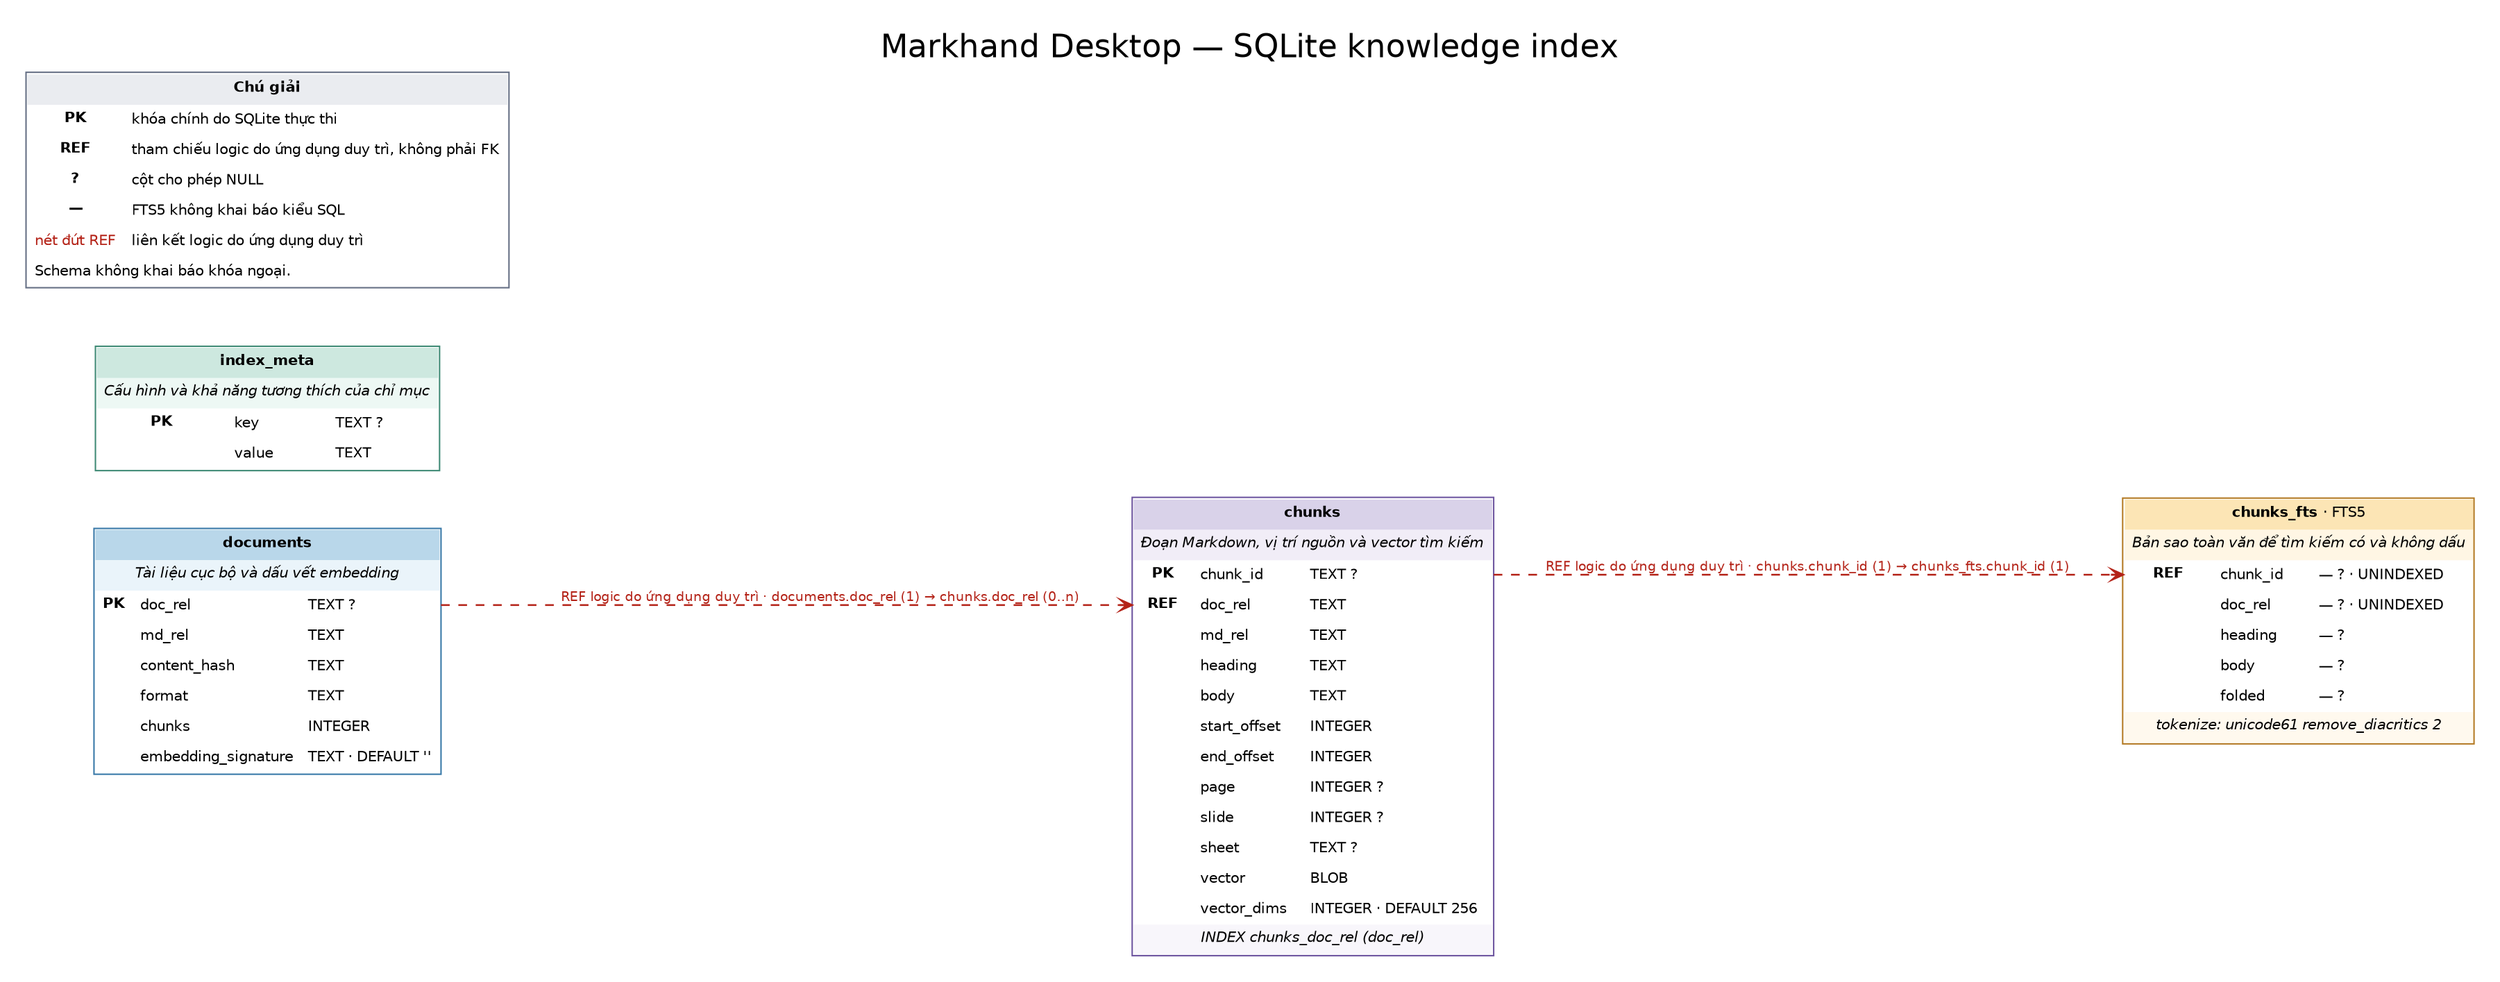
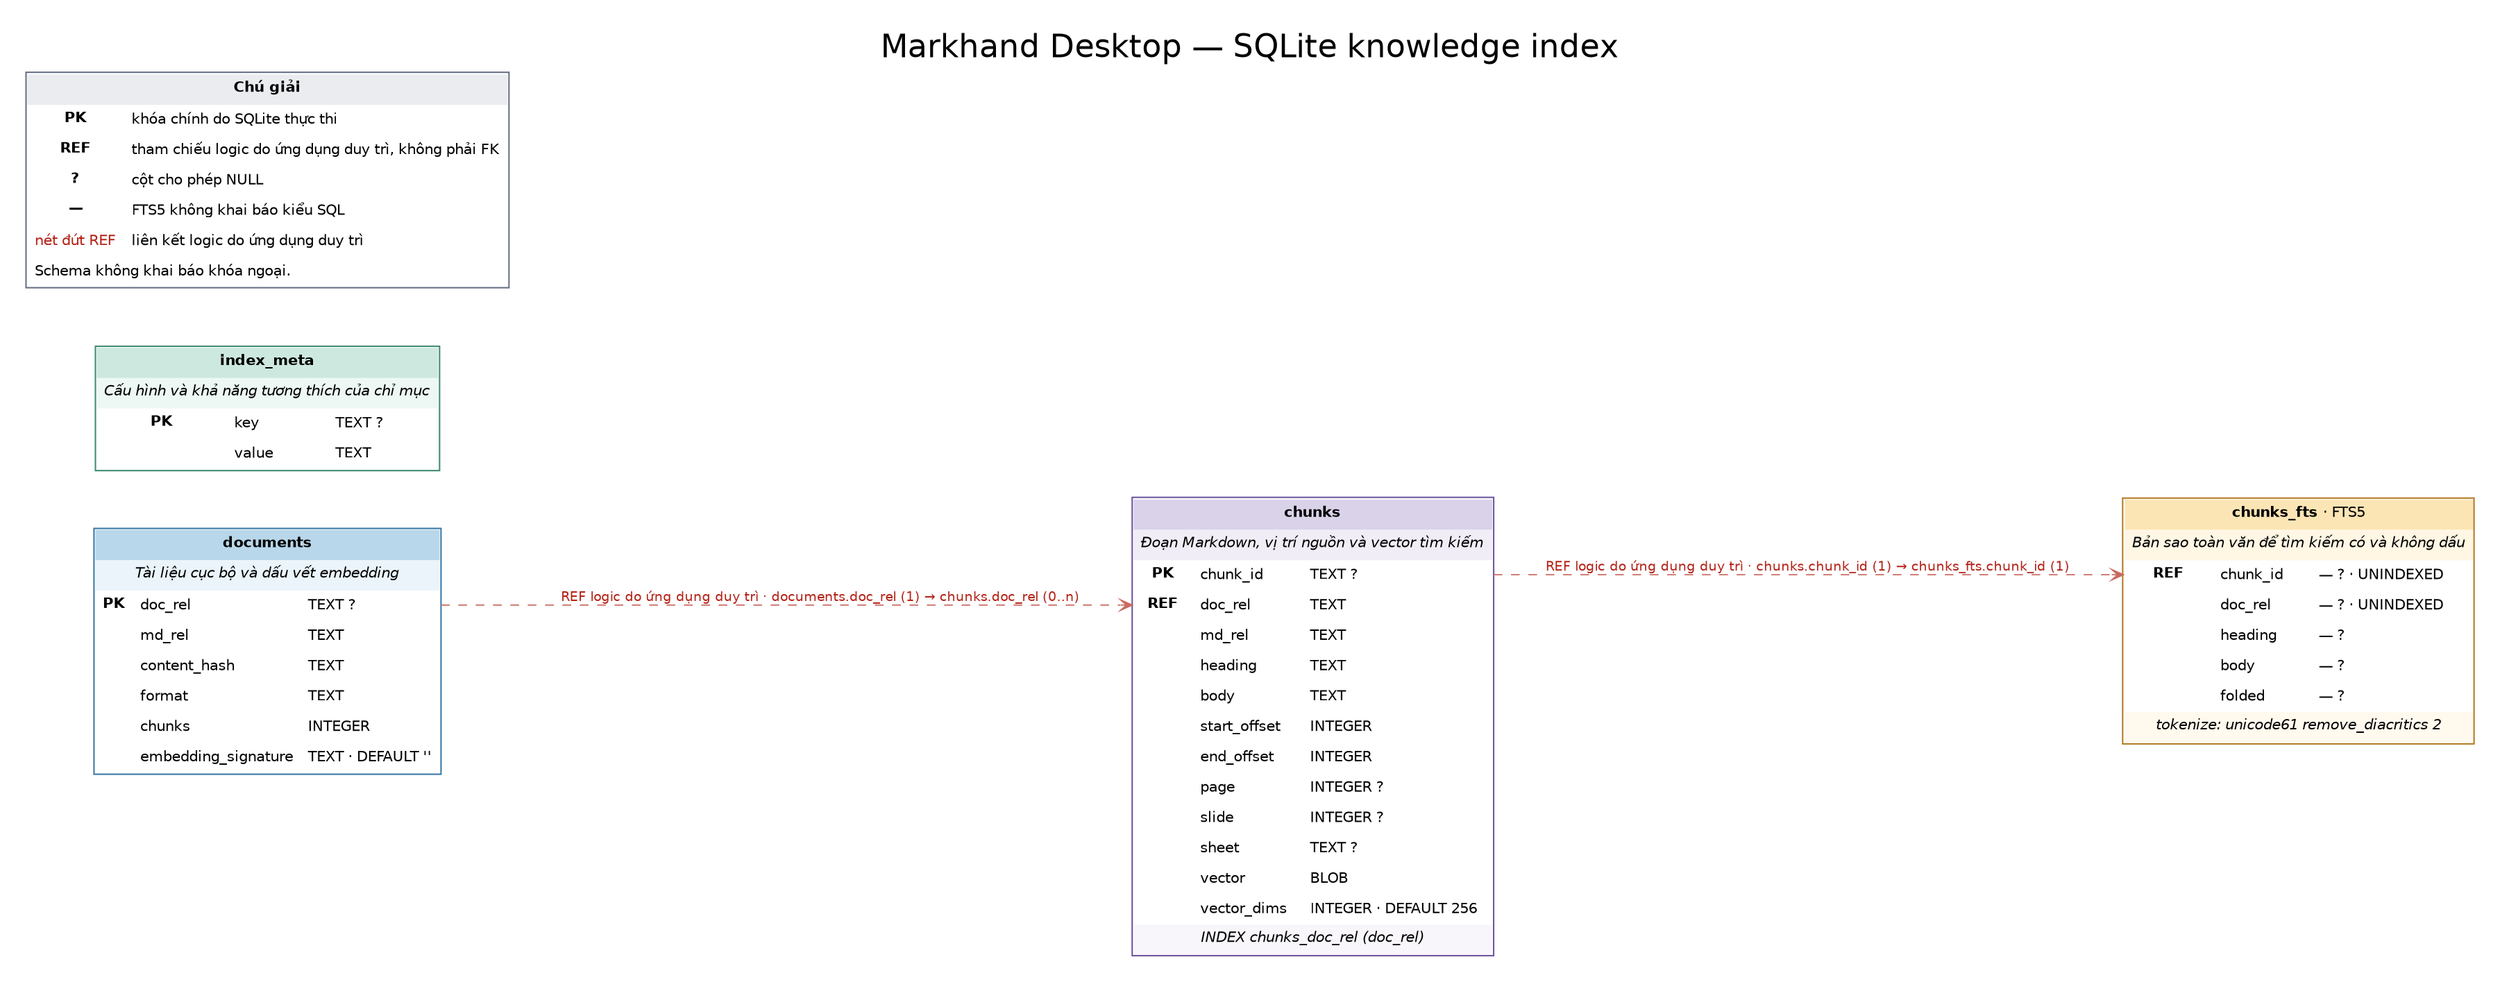
digraph markhand_desktop_sqlite {
  graph [
    label="Markhand Desktop — SQLite knowledge index",
    labelloc=t,
    fontsize=22,
    fontname="DejaVu Sans",
    bgcolor="white",
    rankdir=LR,
    splines=polyline,
    nodesep=0.55,
    ranksep=1.00,
    pad=0.25,
    charset="UTF-8"
  ];
  node [shape=plain, fontname="DejaVu Sans", fontsize=10];
  edge [
    color="#667085",
    penwidth=1.2,
    arrowsize=0.8,
    dir=both,
    fontname="DejaVu Sans",
    fontsize=9
  ];

  documents [label=<
    <TABLE BORDER="1" CELLBORDER="0" CELLSPACING="0" CELLPADDING="5" COLOR="#3979A8">
      <TR><TD BGCOLOR="#B9D7EA" COLSPAN="3"><B>documents</B></TD></TR>
      <TR><TD BGCOLOR="#EAF4FA" COLSPAN="3"><I>Tài liệu cục bộ và dấu vết embedding</I></TD></TR>
      <TR><TD><B>PK</B></TD><TD ALIGN="LEFT">doc_rel</TD><TD PORT="doc_rel" ALIGN="LEFT">TEXT ?</TD></TR>
      <TR><TD></TD><TD ALIGN="LEFT">md_rel</TD><TD ALIGN="LEFT">TEXT</TD></TR>
      <TR><TD></TD><TD ALIGN="LEFT">content_hash</TD><TD ALIGN="LEFT">TEXT</TD></TR>
      <TR><TD></TD><TD ALIGN="LEFT">format</TD><TD ALIGN="LEFT">TEXT</TD></TR>
      <TR><TD></TD><TD ALIGN="LEFT">chunks</TD><TD ALIGN="LEFT">INTEGER</TD></TR>
      <TR><TD></TD><TD ALIGN="LEFT">embedding_signature</TD><TD ALIGN="LEFT">TEXT · DEFAULT ''</TD></TR>
    </TABLE>
  >];

  chunks [label=<
    <TABLE BORDER="1" CELLBORDER="0" CELLSPACING="0" CELLPADDING="5" COLOR="#6E56A0">
      <TR><TD BGCOLOR="#D9D2E9" COLSPAN="3"><B>chunks</B></TD></TR>
      <TR><TD BGCOLOR="#F1EDF7" COLSPAN="3"><I>Đoạn Markdown, vị trí nguồn và vector tìm kiếm</I></TD></TR>
      <TR><TD><B>PK</B></TD><TD ALIGN="LEFT">chunk_id</TD><TD PORT="chunk_id" ALIGN="LEFT">TEXT ?</TD></TR>
      <TR><TD PORT="doc_rel"><B>REF</B></TD><TD ALIGN="LEFT">doc_rel</TD><TD ALIGN="LEFT">TEXT</TD></TR>
      <TR><TD></TD><TD ALIGN="LEFT">md_rel</TD><TD ALIGN="LEFT">TEXT</TD></TR>
      <TR><TD></TD><TD ALIGN="LEFT">heading</TD><TD ALIGN="LEFT">TEXT</TD></TR>
      <TR><TD></TD><TD ALIGN="LEFT">body</TD><TD ALIGN="LEFT">TEXT</TD></TR>
      <TR><TD></TD><TD ALIGN="LEFT">start_offset</TD><TD ALIGN="LEFT">INTEGER</TD></TR>
      <TR><TD></TD><TD ALIGN="LEFT">end_offset</TD><TD ALIGN="LEFT">INTEGER</TD></TR>
      <TR><TD></TD><TD ALIGN="LEFT">page</TD><TD ALIGN="LEFT">INTEGER ?</TD></TR>
      <TR><TD></TD><TD ALIGN="LEFT">slide</TD><TD ALIGN="LEFT">INTEGER ?</TD></TR>
      <TR><TD></TD><TD ALIGN="LEFT">sheet</TD><TD ALIGN="LEFT">TEXT ?</TD></TR>
      <TR><TD></TD><TD ALIGN="LEFT">vector</TD><TD ALIGN="LEFT">BLOB</TD></TR>
      <TR><TD></TD><TD ALIGN="LEFT">vector_dims</TD><TD ALIGN="LEFT">INTEGER · DEFAULT 256</TD></TR>
      <TR><TD BGCOLOR="#F8F6FB" COLSPAN="3"><I>INDEX chunks_doc_rel (doc_rel)</I></TD></TR>
    </TABLE>
  >];

  index_meta [label=<
    <TABLE BORDER="1" CELLBORDER="0" CELLSPACING="0" CELLPADDING="5" COLOR="#408B76">
      <TR><TD BGCOLOR="#CDE8DF" COLSPAN="3"><B>index_meta</B></TD></TR>
      <TR><TD BGCOLOR="#EDF8F4" COLSPAN="3"><I>Cấu hình và khả năng tương thích của chỉ mục</I></TD></TR>
      <TR><TD><B>PK</B></TD><TD ALIGN="LEFT">key</TD><TD ALIGN="LEFT">TEXT ?</TD></TR>
      <TR><TD></TD><TD ALIGN="LEFT">value</TD><TD ALIGN="LEFT">TEXT</TD></TR>
    </TABLE>
  >];

  chunks_fts [label=<
    <TABLE BORDER="1" CELLBORDER="0" CELLSPACING="0" CELLPADDING="5" COLOR="#B47B25">
      <TR><TD BGCOLOR="#FCE5B5" COLSPAN="3"><B>chunks_fts</B> · FTS5</TD></TR>
      <TR><TD BGCOLOR="#FFF6E4" COLSPAN="3"><I>Bản sao toàn văn để tìm kiếm có và không dấu</I></TD></TR>
      <TR><TD PORT="chunk_id"><B>REF</B></TD><TD ALIGN="LEFT">chunk_id</TD><TD ALIGN="LEFT">— ? · UNINDEXED</TD></TR>
      <TR><TD></TD><TD ALIGN="LEFT">doc_rel</TD><TD ALIGN="LEFT">— ? · UNINDEXED</TD></TR>
      <TR><TD></TD><TD ALIGN="LEFT">heading</TD><TD ALIGN="LEFT">— ?</TD></TR>
      <TR><TD></TD><TD ALIGN="LEFT">body</TD><TD ALIGN="LEFT">— ?</TD></TR>
      <TR><TD></TD><TD ALIGN="LEFT">folded</TD><TD ALIGN="LEFT">— ?</TD></TR>
      <TR><TD BGCOLOR="#FFF9EE" COLSPAN="3"><I>tokenize: unicode61 remove_diacritics 2</I></TD></TR>
    </TABLE>
  >];

  legend [label=<
    <TABLE BORDER="1" CELLBORDER="0" CELLSPACING="0" CELLPADDING="5" COLOR="#667085">
      <TR><TD BGCOLOR="#EAECF0" COLSPAN="2"><B>Chú giải</B></TD></TR>
      <TR><TD><B>PK</B></TD><TD ALIGN="LEFT">khóa chính do SQLite thực thi</TD></TR>
      <TR><TD><B>REF</B></TD><TD ALIGN="LEFT">tham chiếu logic do ứng dụng duy trì, không phải FK</TD></TR>
      <TR><TD><B>?</B></TD><TD ALIGN="LEFT">cột cho phép NULL</TD></TR>
      <TR><TD><B>—</B></TD><TD ALIGN="LEFT">FTS5 không khai báo kiểu SQL</TD></TR>
      <TR><TD><FONT COLOR="#B42318">nét đứt REF</FONT></TD><TD ALIGN="LEFT">liên kết logic do ứng dụng duy trì</TD></TR>
      <TR><TD COLSPAN="2" ALIGN="LEFT">Schema không khai báo khóa ngoại.</TD></TR>
    </TABLE>
  >];

  // Logical links only: the SQLite schema declares no FOREIGN KEY constraints.
  documents:doc_rel:e -> chunks:doc_rel:w [
    kind="logical",
    source_table="chunks",
    source_column="doc_rel",
    target_table="documents",
    target_column="doc_rel",
    array="false",
    app_maintained="true",
-     style="dashed,bold",
-     color="#B42318",
+     style="dashed",
+     penwidth=0.85,
+     color="#C96A62",
    fontcolor="#B42318",
    arrowtail="none",
    arrowhead="vee",
    label="REF logic do ứng dụng duy trì · documents.doc_rel (1) → chunks.doc_rel (0..n)"
  ];
  chunks:chunk_id:e -> chunks_fts:chunk_id:w [
    kind="logical",
    source_table="chunks_fts",
    source_column="chunk_id",
    target_table="chunks",
    target_column="chunk_id",
    array="false",
    app_maintained="true",
-     style="dashed,bold",
-     color="#B42318",
+     style="dashed",
+     penwidth=0.85,
+     color="#C96A62",
    fontcolor="#B42318",
    arrowtail="none",
    arrowhead="vee",
    label="REF logic do ứng dụng duy trì · chunks.chunk_id (1) → chunks_fts.chunk_id (1)"
  ];

  { rank=same; documents; index_meta; }
}
